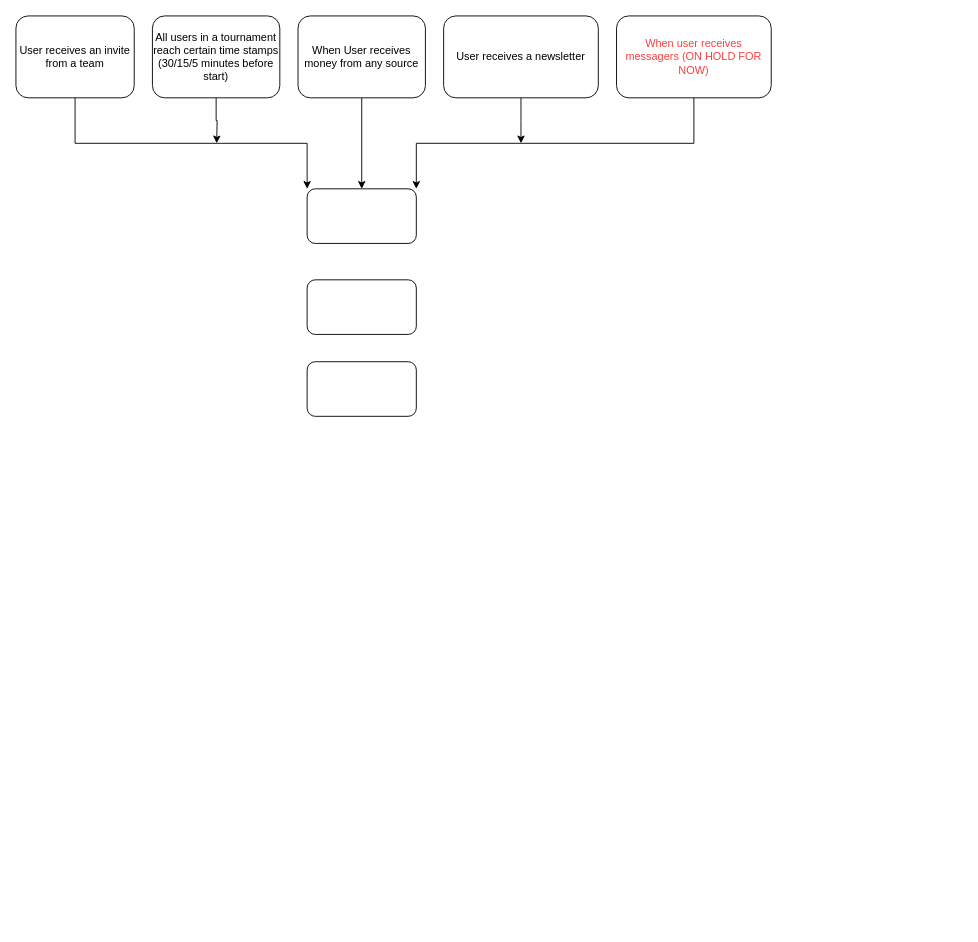
Darkosxl/Visual-Car-Damage-Detection-ML-Project keeps this draw.io diagram as Diagramma senza titolo.drawio. Above is the earlier version. Source tidied: cells renumbered, new cells numbered last; positions are measured from the earlier drawing's top-left corner, leaving out a move shared by most shapes. Both pictures are drawn from the tidied source at 91%, with x=0, y=0 at pixel (15, 15).
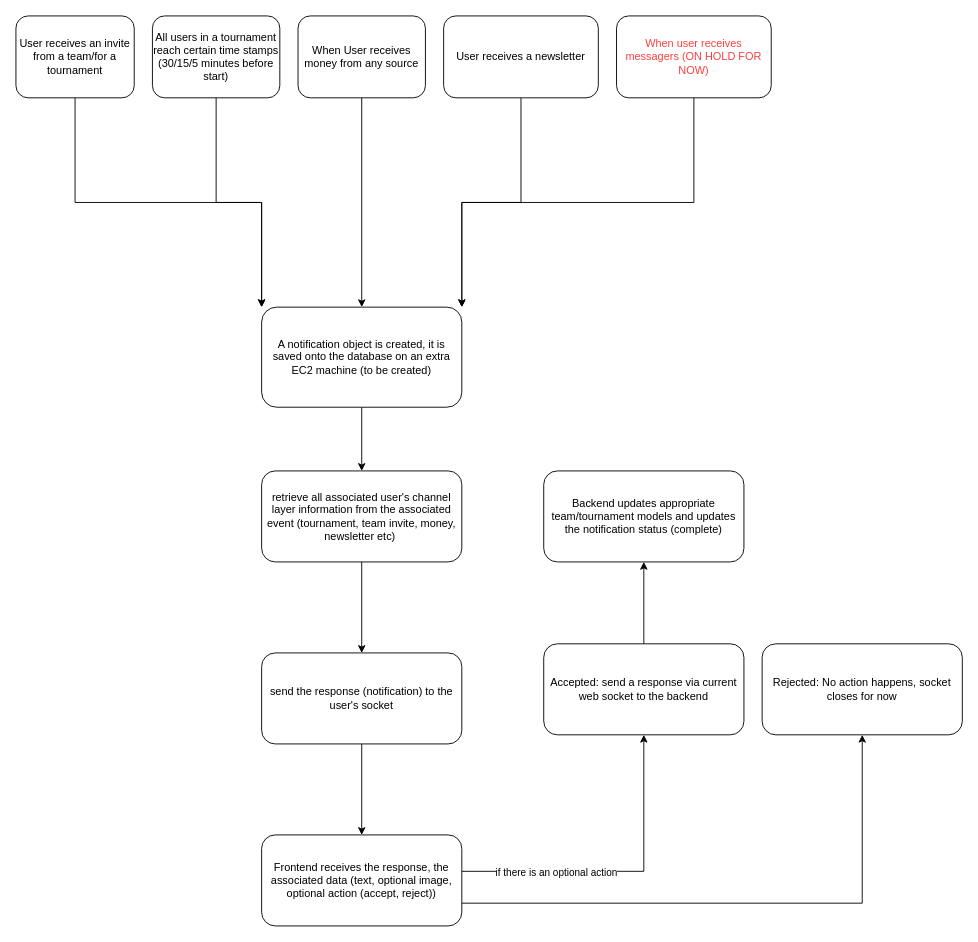
The same diagram, later.

Unchanged cells that the change refers to:
```xml
<mxCell id="7" value="User receives a newsletter" style="rounded=1;whiteSpace=wrap;html=1;" parent="1" vertex="1">
  <mxGeometry x="470" width="170" height="90" as="geometry" />
</mxCell>
<mxCell id="9" value="All users in a tournament reach certain time stamps (30/15/5 minutes before start)" style="rounded=1;whiteSpace=wrap;html=1;" parent="1" vertex="1">
  <mxGeometry x="150" width="140" height="90" as="geometry" />
</mxCell>
```

Change to the diagram source:
```diff
@@
+    <mxCell id="15" style="edgeStyle=orthogonalEdgeStyle;rounded=0;jettySize=auto;html=1;exitX=0.5;exitY=1;exitDx=0;exitDy=0;entryX=0.5;entryY=0;entryDx=0;entryDy=0;" parent="1" edge="1" source="4" target="5">
+      <mxGeometry relative="1" as="geometry" />
+    </mxCell>
-    <mxCell id="4" style="rounded=1;whiteSpace=wrap;html=1;" parent="1" vertex="1">
-      <mxGeometry x="320" y="290" width="120" height="60" as="geometry" />
+    <mxCell id="4" value="retrieve all associated user's channel layer information from the associated event (tournament, team invite, money, newsletter etc)&amp;nbsp;" style="rounded=1;whiteSpace=wrap;html=1;" parent="1" vertex="1">
+      <mxGeometry x="270" y="500" width="220" height="100" as="geometry" />
     </mxCell>
+    <mxCell id="16" style="edgeStyle=orthogonalEdgeStyle;rounded=0;jettySize=auto;html=1;exitX=0.5;exitY=1;exitDx=0;exitDy=0;entryX=0.5;entryY=0;entryDx=0;entryDy=0;" parent="1" edge="1" source="5" target="21">
+      <mxGeometry relative="1" as="geometry" />
+    </mxCell>
-    <mxCell id="5" style="rounded=1;whiteSpace=wrap;html=1;" parent="1" vertex="1">
-      <mxGeometry x="320" y="380" width="120" height="60" as="geometry" />
+    <mxCell id="5" value="send the response (notification) to the user's socket" style="rounded=1;whiteSpace=wrap;html=1;" parent="1" vertex="1">
+      <mxGeometry x="270" y="700" width="220" height="100" as="geometry" />
     </mxCell>
-    <mxCell id="6" style="edgeStyle=orthogonalEdgeStyle;rounded=0;jettySize=auto;html=1;" parent="1" edge="1" source="7">
-      <mxGeometry relative="1" as="geometry">
-        <mxPoint x="555" y="140" as="targetPoint" />
-      </mxGeometry>
+    <mxCell id="6" style="edgeStyle=orthogonalEdgeStyle;rounded=0;jettySize=auto;html=1;entryX=1;entryY=0;entryDx=0;entryDy=0;" parent="1" edge="1" source="7" target="14">
+      <mxGeometry relative="1" as="geometry" />
     </mxCell>
@@
-    <mxCell id="8" style="edgeStyle=orthogonalEdgeStyle;rounded=0;jettySize=auto;html=1;exitX=0.5;exitY=1;exitDx=0;exitDy=0;" parent="1" edge="1" source="9">
-      <mxGeometry relative="1" as="geometry">
-        <mxPoint x="220.6" y="140" as="targetPoint" />
-      </mxGeometry>
+    <mxCell id="8" style="edgeStyle=orthogonalEdgeStyle;rounded=0;jettySize=auto;html=1;exitX=0.5;exitY=1;exitDx=0;exitDy=0;entryX=0;entryY=0;entryDx=0;entryDy=0;" parent="1" edge="1" source="9" target="14">
+      <mxGeometry relative="1" as="geometry" />
     </mxCell>
@@
-    <mxCell id="11" value="User receives an invite from a team" style="rounded=1;whiteSpace=wrap;html=1;" parent="1" vertex="1">
+    <mxCell id="11" value="User receives an invite from a team/for a tournament" style="rounded=1;whiteSpace=wrap;html=1;" parent="1" vertex="1">
       <mxGeometry width="130" height="90" as="geometry" />
     </mxCell>
@@
+    <mxCell id="17" style="edgeStyle=orthogonalEdgeStyle;rounded=0;jettySize=auto;html=1;exitX=0.5;exitY=1;exitDx=0;exitDy=0;entryX=0.5;entryY=0;entryDx=0;entryDy=0;" parent="1" edge="1" source="14" target="4">
+      <mxGeometry relative="1" as="geometry" />
+    </mxCell>
-    <mxCell id="14" style="rounded=1;whiteSpace=wrap;html=1;" parent="1" vertex="1">
-      <mxGeometry x="320" y="190" width="120" height="60" as="geometry" />
+    <mxCell id="14" value="A notification object is created, it is saved onto the database on an extra EC2 machine (to be created)" style="rounded=1;whiteSpace=wrap;html=1;" parent="1" vertex="1">
+      <mxGeometry x="270" y="320" width="220" height="110" as="geometry" />
     </mxCell>
+    <mxCell id="18" style="edgeStyle=orthogonalEdgeStyle;rounded=0;jettySize=auto;html=1;exitX=1;exitY=0.5;exitDx=0;exitDy=0;entryX=0.5;entryY=1;entryDx=0;entryDy=0;" parent="1" edge="1" target="24">
+      <mxGeometry relative="1" as="geometry">
+        <mxPoint x="490" y="940" as="sourcePoint" />
+        <Array as="points">
+          <mxPoint x="690" y="940" />
+        </Array>
+      </mxGeometry>
+    </mxCell>
+    <mxCell id="19" value="if there is an optional action" style="edgeLabel;html=1;align=center;verticalAlign=middle;" parent="18" vertex="1">
+      <mxGeometry x="-0.41" y="-1" relative="1" as="geometry" />
+    </mxCell>
+    <mxCell id="20" style="edgeStyle=orthogonalEdgeStyle;rounded=0;jettySize=auto;html=1;exitX=1;exitY=0.75;exitDx=0;exitDy=0;entryX=0.5;entryY=1;entryDx=0;entryDy=0;" parent="1" edge="1" source="21" target="22">
+      <mxGeometry relative="1" as="geometry" />
+    </mxCell>
+    <mxCell id="21" value="Frontend receives the response, the associated data (text, optional image, optional action (accept, reject))" style="rounded=1;whiteSpace=wrap;html=1;" parent="1" vertex="1">
+      <mxGeometry x="270" y="900" width="220" height="100" as="geometry" />
+    </mxCell>
+    <mxCell id="22" value="&lt;div&gt;&lt;span style=&quot;background-color: initial;&quot;&gt;Rejected: No action happens, socket closes for now&lt;/span&gt;&lt;br&gt;&lt;/div&gt;" style="rounded=1;whiteSpace=wrap;html=1;" parent="1" vertex="1">
+      <mxGeometry x="820" y="690" width="220" height="100" as="geometry" />
+    </mxCell>
+    <mxCell id="23" style="edgeStyle=orthogonalEdgeStyle;rounded=0;jettySize=auto;html=1;entryX=0.5;entryY=1;entryDx=0;entryDy=0;" parent="1" edge="1" source="24" target="25">
+      <mxGeometry relative="1" as="geometry" />
+    </mxCell>
+    <mxCell id="24" value="&lt;div&gt;Accepted: send a response via current web socket to the backend&lt;/div&gt;" style="rounded=1;whiteSpace=wrap;html=1;" parent="1" vertex="1">
+      <mxGeometry x="580" y="690" width="220" height="100" as="geometry" />
+    </mxCell>
+    <mxCell id="25" value="Backend updates appropriate team/tournament models and updates the notification status (complete)" style="rounded=1;whiteSpace=wrap;html=1;" parent="1" vertex="1">
+      <mxGeometry x="580" y="500" width="220" height="100" as="geometry" />
+    </mxCell>
```
